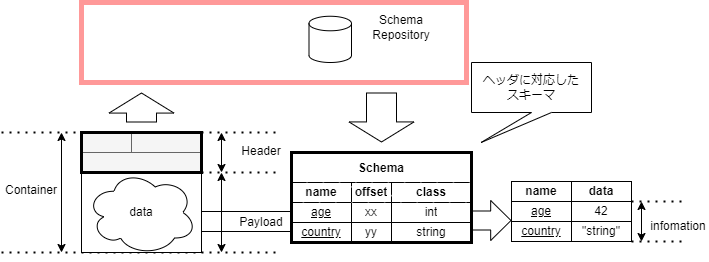
Earlier version of the draw.io export docs/intro/repository.drawio.png (data-container-for-wearable-sensor/StartGuide). Source tidied: cells renumbered, new cells last; positions are measured from the earlier drawing's top-left corner, leaving out a move shared by most shapes.
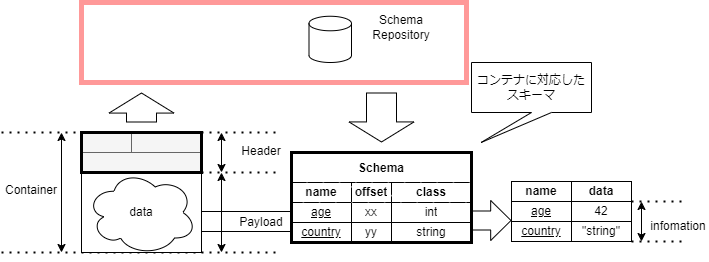
The same file after the commit.

Diff of the diagram source:
```diff
@@ -176,7 +176,7 @@
         <mxPoint x="140" y="90" as="targetPoint" />
       </mxGeometry>
     </mxCell>
-    <mxCell id="48" value="ヘッダに対応した&lt;br&gt;スキーマ" style="shape=callout;whiteSpace=wrap;html=1;perimeter=calloutPerimeter;position2=0.08;" parent="1" vertex="1">
+    <mxCell id="48" value="コンテナに対応した&lt;br&gt;スキーマ" style="shape=callout;whiteSpace=wrap;html=1;perimeter=calloutPerimeter;position2=0.08;" parent="1" vertex="1">
       <mxGeometry x="470" y="60" width="120" height="80" as="geometry" />
     </mxCell>
   </root>
```
